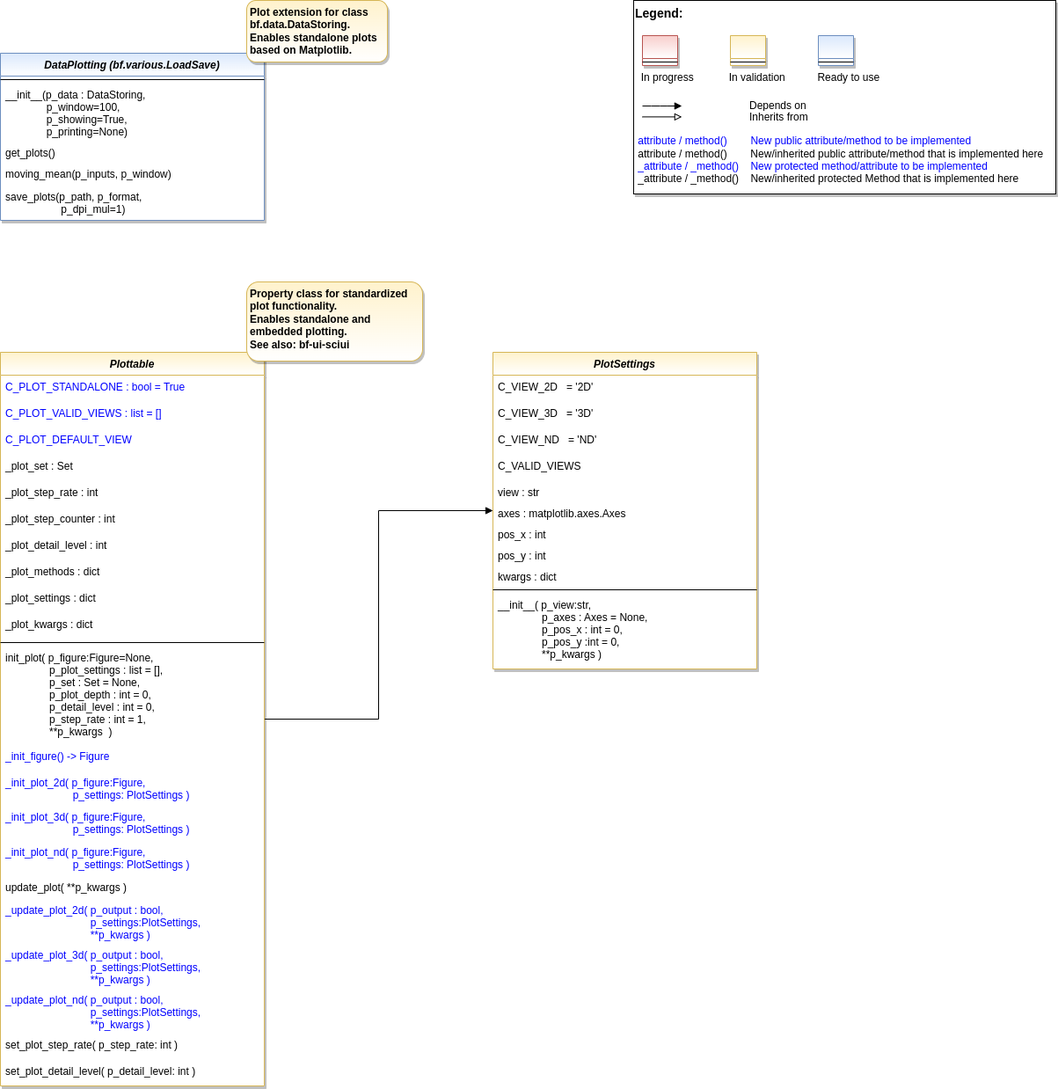
Earlier version of the draw.io export doc/rtd/content/append2/core/images/bf/MLPro-BF-Plot_class_diagram.drawio.png (fhswf/MLPro). Source tidied: cells renumbered, new cells last; positions are measured from the earlier drawing's top-left corner, leaving out a move shared by most shapes.
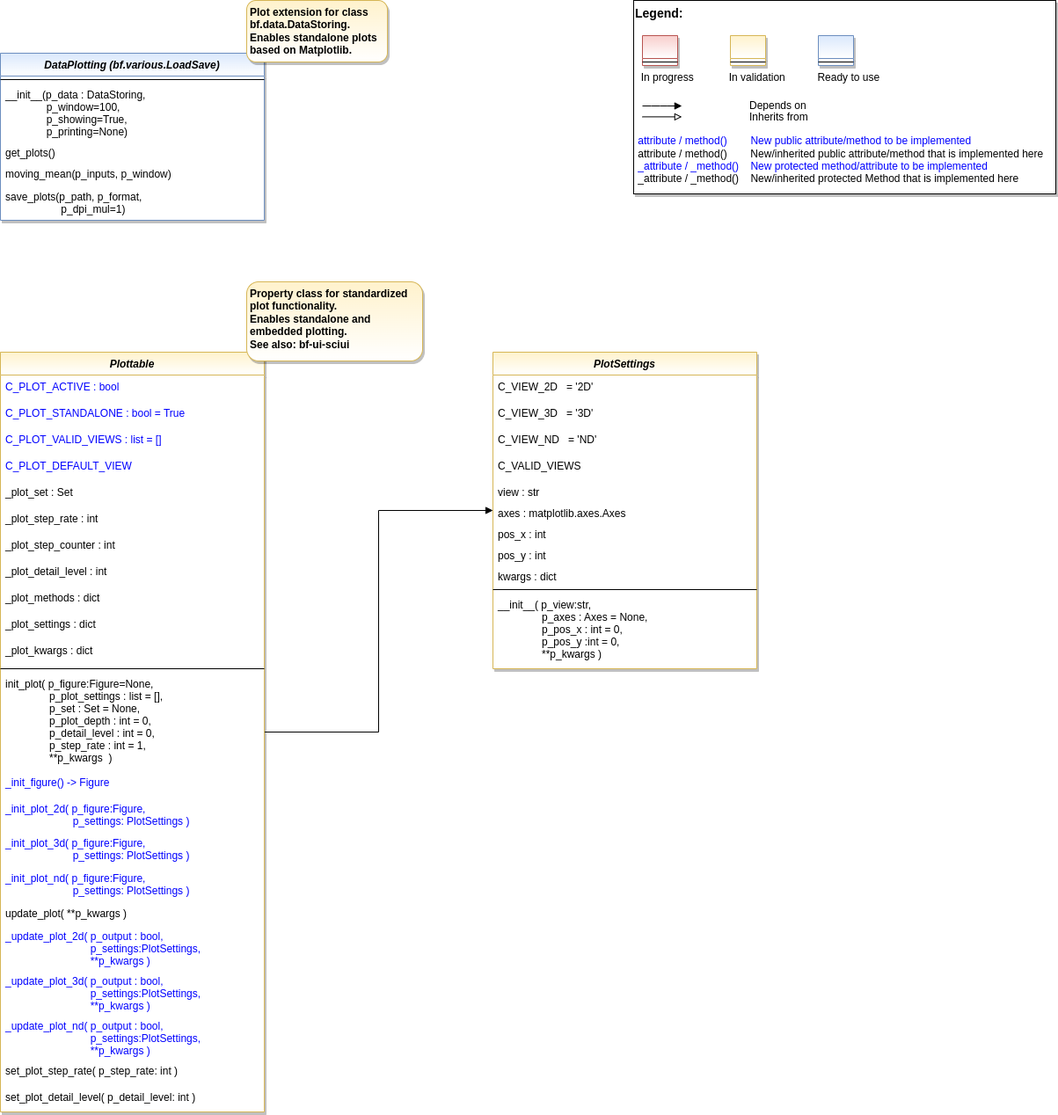
After the change.

What changed in the source:
```diff
@@ -6,73 +6,76 @@
       <mxGeometry relative="1" as="geometry" />
     </mxCell>
     <mxCell id="3" value="Plottable" style="swimlane;fontStyle=3;align=center;verticalAlign=top;horizontal=1;startSize=26;rounded=0;shadow=1;strokeWidth=1;fillColor=#fff2cc;strokeColor=#d6b656;swimlaneFillColor=#FFFFFF;gradientColor=#FFFFFF;" parent="1" vertex="1">
-      <mxGeometry y="400" width="300" height="834" as="geometry" />
+      <mxGeometry y="400" width="300" height="864" as="geometry" />
     </mxCell>
+    <mxCell id="56" value="C_PLOT_ACTIVE : bool " style="text;align=left;verticalAlign=top;spacingLeft=4;spacingRight=4;overflow=hidden;fontColor=#0000FF;" parent="3" vertex="1">
+      <mxGeometry y="26" width="300" height="30" as="geometry" />
+    </mxCell>
     <mxCell id="4" value="C_PLOT_STANDALONE : bool = True" style="text;align=left;verticalAlign=top;spacingLeft=4;spacingRight=4;overflow=hidden;fontColor=#0000FF;" parent="3" vertex="1">
-      <mxGeometry y="26" width="300" height="30" as="geometry" />
+      <mxGeometry y="56" width="300" height="30" as="geometry" />
     </mxCell>
     <mxCell id="5" value="C_PLOT_VALID_VIEWS : list = []" style="text;align=left;verticalAlign=top;spacingLeft=4;spacingRight=4;overflow=hidden;fontColor=#0000FF;" parent="3" vertex="1">
-      <mxGeometry y="56" width="300" height="30" as="geometry" />
+      <mxGeometry y="86" width="300" height="30" as="geometry" />
     </mxCell>
     <mxCell id="6" value="C_PLOT_DEFAULT_VIEW" style="text;align=left;verticalAlign=top;spacingLeft=4;spacingRight=4;overflow=hidden;fontColor=#0000FF;" parent="3" vertex="1">
-      <mxGeometry y="86" width="300" height="30" as="geometry" />
+      <mxGeometry y="116" width="300" height="30" as="geometry" />
     </mxCell>
     <mxCell id="7" value="_plot_set : Set" style="text;align=left;verticalAlign=top;spacingLeft=4;spacingRight=4;overflow=hidden;fontColor=default;" parent="3" vertex="1">
-      <mxGeometry y="116" width="300" height="30" as="geometry" />
+      <mxGeometry y="146" width="300" height="30" as="geometry" />
     </mxCell>
     <mxCell id="8" value="_plot_step_rate : int" style="text;align=left;verticalAlign=top;spacingLeft=4;spacingRight=4;overflow=hidden;fontColor=default;" parent="3" vertex="1">
-      <mxGeometry y="146" width="300" height="30" as="geometry" />
+      <mxGeometry y="176" width="300" height="30" as="geometry" />
     </mxCell>
     <mxCell id="9" value="_plot_step_counter : int" style="text;align=left;verticalAlign=top;spacingLeft=4;spacingRight=4;overflow=hidden;fontColor=default;" parent="3" vertex="1">
-      <mxGeometry y="176" width="300" height="30" as="geometry" />
+      <mxGeometry y="206" width="300" height="30" as="geometry" />
     </mxCell>
     <mxCell id="10" value="_plot_detail_level : int" style="text;align=left;verticalAlign=top;spacingLeft=4;spacingRight=4;overflow=hidden;fontColor=default;" parent="3" vertex="1">
-      <mxGeometry y="206" width="300" height="30" as="geometry" />
+      <mxGeometry y="236" width="300" height="30" as="geometry" />
     </mxCell>
     <mxCell id="11" value="_plot_methods : dict" style="text;align=left;verticalAlign=top;spacingLeft=4;spacingRight=4;overflow=hidden;fontColor=default;" parent="3" vertex="1">
-      <mxGeometry y="236" width="300" height="30" as="geometry" />
+      <mxGeometry y="266" width="300" height="30" as="geometry" />
     </mxCell>
     <mxCell id="12" value="_plot_settings : dict" style="text;align=left;verticalAlign=top;spacingLeft=4;spacingRight=4;overflow=hidden;fontColor=default;" parent="3" vertex="1">
-      <mxGeometry y="266" width="300" height="30" as="geometry" />
+      <mxGeometry y="296" width="300" height="30" as="geometry" />
     </mxCell>
     <mxCell id="13" value="_plot_kwargs : dict" style="text;align=left;verticalAlign=top;spacingLeft=4;spacingRight=4;overflow=hidden;fontColor=default;" parent="3" vertex="1">
-      <mxGeometry y="296" width="300" height="30" as="geometry" />
+      <mxGeometry y="326" width="300" height="30" as="geometry" />
     </mxCell>
     <mxCell id="14" style="line;html=1;strokeWidth=1;align=left;verticalAlign=middle;spacingTop=-1;spacingLeft=3;spacingRight=3;labelPosition=right;" parent="3" vertex="1">
-      <mxGeometry y="326" width="300" height="8" as="geometry" />
+      <mxGeometry y="356" width="300" height="8" as="geometry" />
     </mxCell>
     <mxCell id="15" value="init_plot( p_figure:Figure=None, &#10;               p_plot_settings : list = [],&#10;               p_set : Set = None,&#10;               p_plot_depth : int = 0,&#10;               p_detail_level : int = 0,&#10;               p_step_rate : int = 1,&#10;               **p_kwargs  )" style="text;align=left;verticalAlign=top;spacingLeft=4;spacingRight=4;overflow=hidden;fontColor=default;" parent="3" vertex="1">
-      <mxGeometry y="334" width="300" height="112" as="geometry" />
+      <mxGeometry y="364" width="300" height="112" as="geometry" />
     </mxCell>
     <mxCell id="16" value="_init_figure() -&gt; Figure" style="text;align=left;verticalAlign=top;spacingLeft=4;spacingRight=4;overflow=hidden;fontColor=#0000FF;" parent="3" vertex="1">
-      <mxGeometry y="446" width="300" height="30" as="geometry" />
+      <mxGeometry y="476" width="300" height="30" as="geometry" />
     </mxCell>
     <mxCell id="17" value="_init_plot_2d( p_figure:Figure, &#10;                       p_settings: PlotSettings )" style="text;align=left;verticalAlign=top;spacingLeft=4;spacingRight=4;overflow=hidden;fontColor=#0000FF;" parent="3" vertex="1">
-      <mxGeometry y="476" width="300" height="39" as="geometry" />
+      <mxGeometry y="506" width="300" height="39" as="geometry" />
     </mxCell>
     <mxCell id="18" value="_init_plot_3d( p_figure:Figure, &#10;                       p_settings: PlotSettings )" style="text;align=left;verticalAlign=top;spacingLeft=4;spacingRight=4;overflow=hidden;fontColor=#0000FF;" parent="3" vertex="1">
-      <mxGeometry y="515" width="300" height="40" as="geometry" />
+      <mxGeometry y="545" width="300" height="40" as="geometry" />
     </mxCell>
     <mxCell id="19" value="_init_plot_nd( p_figure:Figure, &#10;                       p_settings: PlotSettings )" style="text;align=left;verticalAlign=top;spacingLeft=4;spacingRight=4;overflow=hidden;fontColor=#0000FF;" parent="3" vertex="1">
-      <mxGeometry y="555" width="300" height="40" as="geometry" />
+      <mxGeometry y="585" width="300" height="40" as="geometry" />
     </mxCell>
     <mxCell id="20" value="update_plot( **p_kwargs )" style="text;align=left;verticalAlign=top;spacingLeft=4;spacingRight=4;overflow=hidden;fontColor=default;" parent="3" vertex="1">
-      <mxGeometry y="595" width="300" height="26" as="geometry" />
+      <mxGeometry y="625" width="300" height="26" as="geometry" />
     </mxCell>
     <mxCell id="21" value="_update_plot_2d( p_output : bool, &#10;                             p_settings:PlotSettings,&#10;                             **p_kwargs )" style="text;align=left;verticalAlign=top;spacingLeft=4;spacingRight=4;overflow=hidden;fontColor=#0000FF;" parent="3" vertex="1">
-      <mxGeometry y="621" width="300" height="51" as="geometry" />
+      <mxGeometry y="651" width="300" height="51" as="geometry" />
     </mxCell>
     <mxCell id="22" value="_update_plot_3d( p_output : bool, &#10;                             p_settings:PlotSettings,&#10;                             **p_kwargs )" style="text;align=left;verticalAlign=top;spacingLeft=4;spacingRight=4;overflow=hidden;fontColor=#0000FF;" parent="3" vertex="1">
-      <mxGeometry y="672" width="300" height="51" as="geometry" />
+      <mxGeometry y="702" width="300" height="51" as="geometry" />
     </mxCell>
     <mxCell id="23" value="_update_plot_nd( p_output : bool, &#10;                             p_settings:PlotSettings,&#10;                             **p_kwargs )" style="text;align=left;verticalAlign=top;spacingLeft=4;spacingRight=4;overflow=hidden;fontColor=#0000FF;" parent="3" vertex="1">
-      <mxGeometry y="723" width="300" height="51" as="geometry" />
+      <mxGeometry y="753" width="300" height="51" as="geometry" />
     </mxCell>
     <mxCell id="24" value="set_plot_step_rate( p_step_rate: int )" style="text;align=left;verticalAlign=top;spacingLeft=4;spacingRight=4;overflow=hidden;fontColor=default;" parent="3" vertex="1">
-      <mxGeometry y="774" width="300" height="30" as="geometry" />
+      <mxGeometry y="804" width="300" height="30" as="geometry" />
     </mxCell>
     <mxCell id="25" value="set_plot_detail_level( p_detail_level: int )" style="text;align=left;verticalAlign=top;spacingLeft=4;spacingRight=4;overflow=hidden;fontColor=default;" parent="3" vertex="1">
-      <mxGeometry y="804" width="300" height="30" as="geometry" />
+      <mxGeometry y="834" width="300" height="30" as="geometry" />
     </mxCell>
     <mxCell id="26" style="group;" parent="1" vertex="1">
       <mxGeometry x="720" width="480" height="220" as="geometry" />
```
